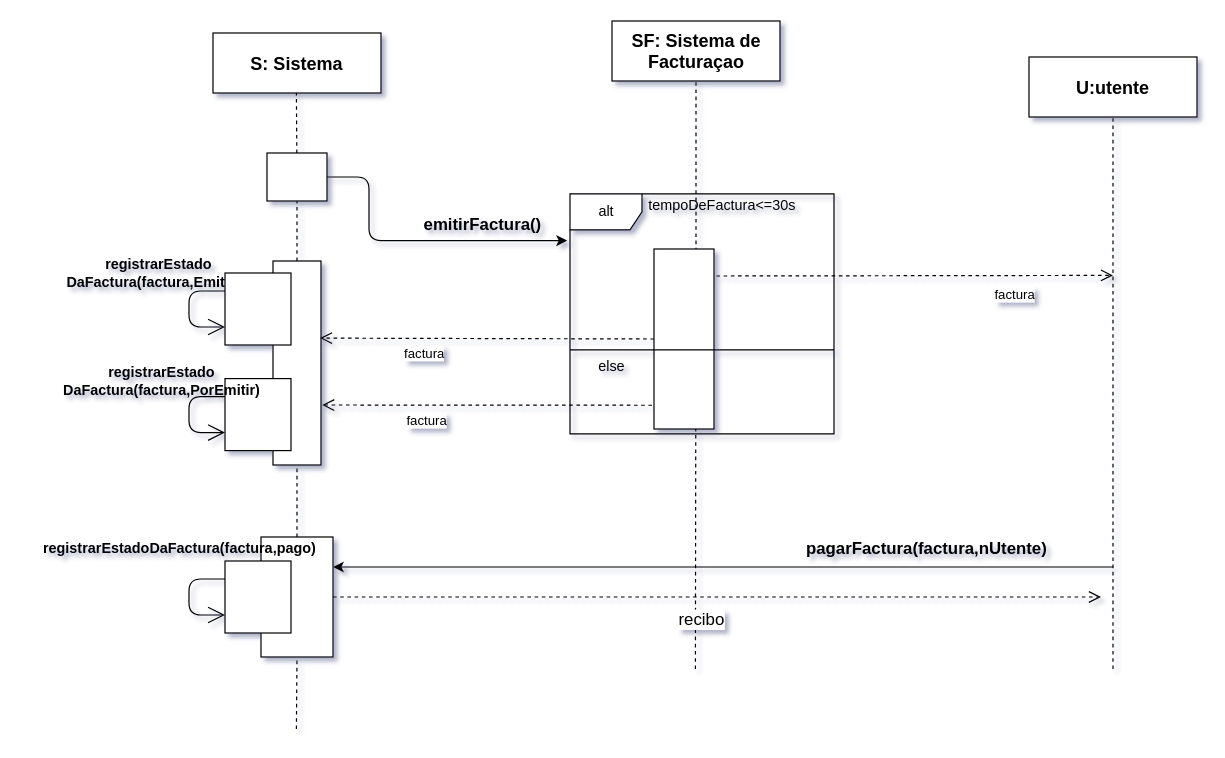
Before: DiagramaDeSequencia-Facturaçao.drawio in getSierralta/Si-Centro-Hospitalar-Upskill, a draw.io diagram. Source tidied: cells renumbered, new cells numbered last; positions are measured from the earlier drawing's top-left corner, leaving out a move shared by most shapes. Both pictures are drawn from the tidied source at 120%, with x=0, y=0 at pixel (20, 20).
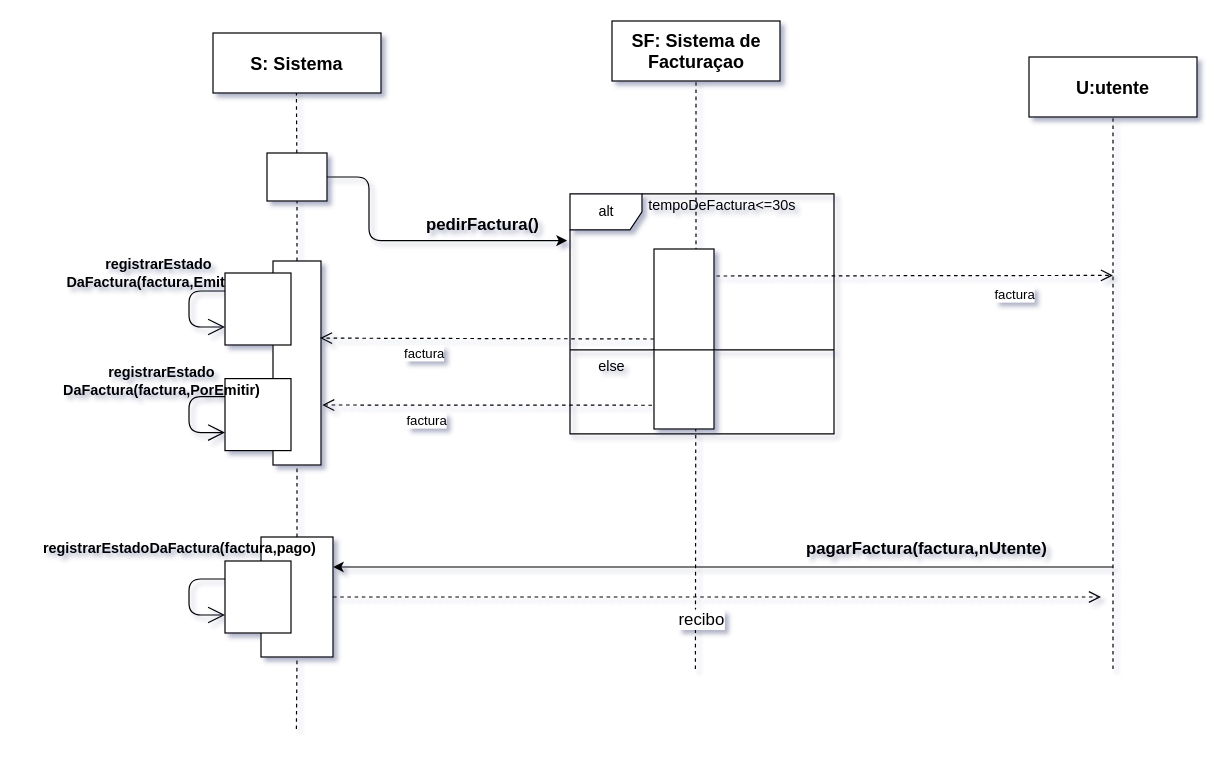
After the change.

Commit message:
Diagrama de sequencia 3.1.2

Change to the diagram source:
```diff
@@
-    <mxCell id="14" value="&lt;b&gt;&lt;font style=&quot;font-size: 14px&quot;&gt;emitirFactura()&lt;/font&gt;&lt;/b&gt;" style="text;html=1;strokeColor=none;fillColor=none;align=center;verticalAlign=middle;whiteSpace=wrap;rounded=0;" parent="1" vertex="1">
+    <mxCell id="14" value="&lt;b&gt;&lt;font style=&quot;font-size: 14px&quot;&gt;pedirFactura()&lt;/font&gt;&lt;/b&gt;" style="text;html=1;strokeColor=none;fillColor=none;align=center;verticalAlign=middle;whiteSpace=wrap;rounded=0;" parent="1" vertex="1">
       <mxGeometry x="330" y="160" width="110" height="20" as="geometry" />
     </mxCell>
```
